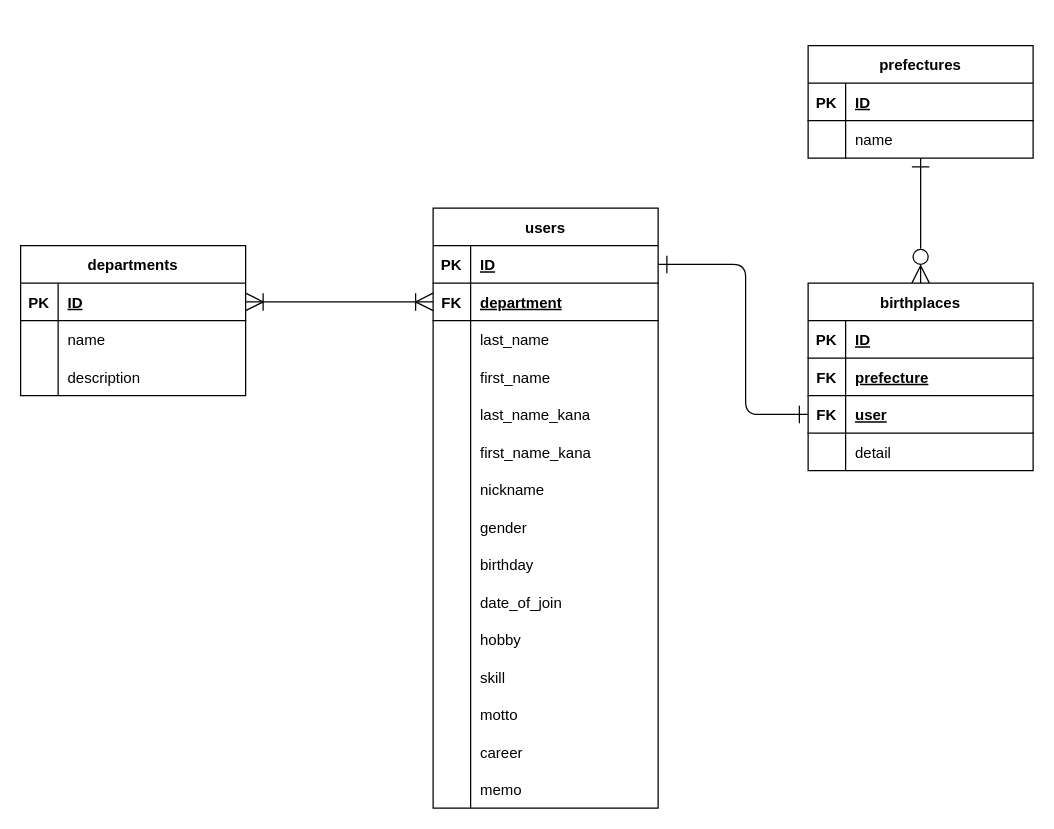
Above: table_details.drawio in pro-soichiro/anstagram (draw.io), before the change. Source tidied: cells renumbered, new cells numbered last; positions are measured from the earlier drawing's top-left corner, leaving out a move shared by most shapes. Both pictures are drawn from the tidied source at 125%, with x=0, y=0 at pixel (20, 45).
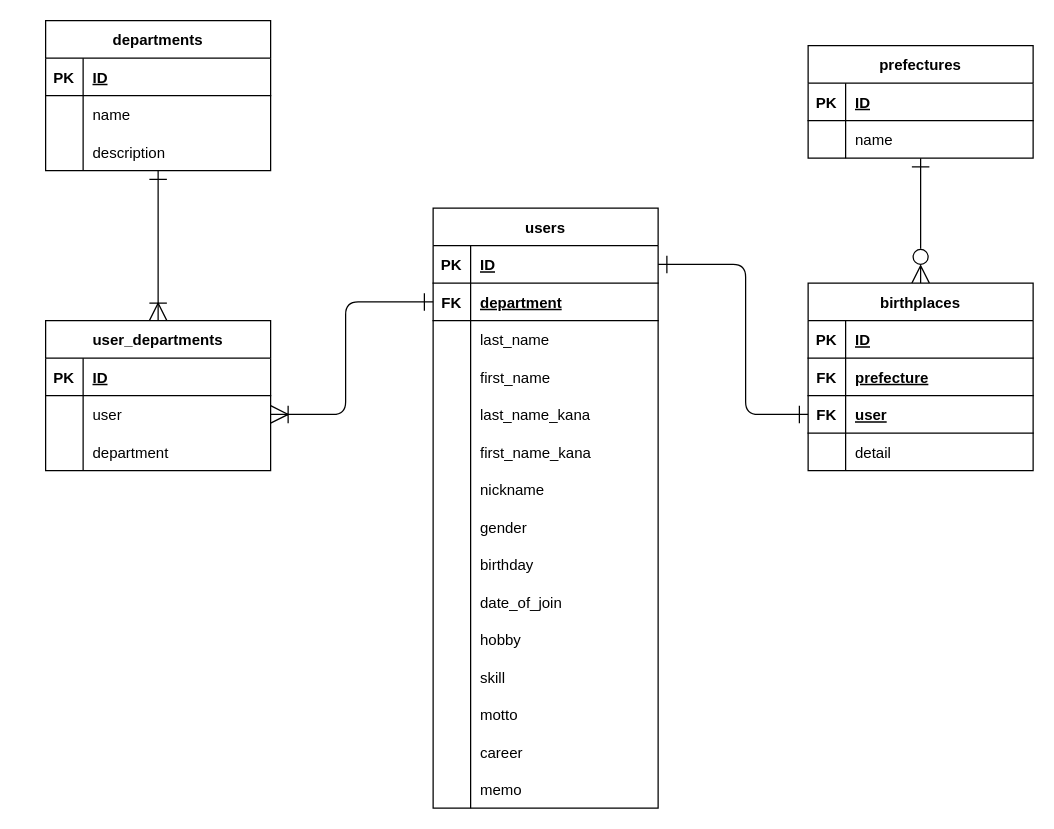
After the change.

The change refers to these unchanged cells:
```xml
<mxCell id="6" style="shape=partialRectangle;fillColor=none;top=0;left=0;bottom=1;right=0;points=[[0,0.5],[1,0.5]];portConstraint=eastwest;" parent="2" vertex="1">
  <mxGeometry y="60" width="180" height="30" as="geometry" />
</mxCell>
<mxCell id="57" style="shape=partialRectangle;fillColor=none;top=0;left=0;bottom=1;right=0;points=[[0,0.5],[1,0.5]];portConstraint=eastwest;" parent="56" vertex="1">
  <mxGeometry y="30" width="180" height="30" as="geometry" />
</mxCell>
```

What changed in the source:
```diff
@@
+    <mxCell id="82" style="edgeStyle=none;html=1;exitX=0.5;exitY=1;exitDx=0;exitDy=0;entryX=0.5;entryY=0;entryDx=0;entryDy=0;endArrow=ERoneToMany;endFill=0;startArrow=ERone;startFill=0;endSize=12;startSize=12;" parent="1" edge="1" source="56" target="83">
+      <mxGeometry relative="1" as="geometry" />
+    </mxCell>
     <mxCell id="56" value="departments" style="shape=table;startSize=30;childLayout=tableLayout;rowLines=0;fontStyle=1;align=center;" parent="1" vertex="1">
-      <mxGeometry y="160" width="180" height="120" as="geometry" />
+      <mxGeometry x="20" y="-20" width="180" height="120" as="geometry" />
     </mxCell>
@@
-    <mxCell id="79" style="edgeStyle=none;html=1;exitX=1;exitY=0.5;exitDx=0;exitDy=0;entryX=0;entryY=0.5;entryDx=0;entryDy=0;endArrow=ERoneToMany;endFill=0;startArrow=ERoneToMany;startFill=0;endSize=12;startSize=12;" parent="1" edge="1" source="57" target="6">
-      <mxGeometry relative="1" as="geometry" />
+    <mxCell id="79" style="edgeStyle=none;html=1;exitX=1;exitY=0.5;exitDx=0;exitDy=0;entryX=0;entryY=0.5;entryDx=0;entryDy=0;endArrow=ERone;endFill=0;startArrow=ERoneToMany;startFill=0;endSize=12;startSize=12;" parent="1" edge="1" source="87" target="6">
+      <mxGeometry relative="1" as="geometry">
+        <Array as="points">
+          <mxPoint x="260" y="295" />
+          <mxPoint x="260" y="205" />
+        </Array>
+      </mxGeometry>
     </mxCell>
@@
+    <mxCell id="83" value="user_departments" style="shape=table;startSize=30;childLayout=tableLayout;rowLines=0;fontStyle=1;align=center;" parent="1" vertex="1">
+      <mxGeometry x="20" y="220" width="180" height="120" as="geometry" />
+    </mxCell>
+    <mxCell id="84" style="shape=partialRectangle;fillColor=none;top=0;left=0;bottom=1;right=0;" parent="83" vertex="1">
+      <mxGeometry y="30" width="180" height="30" as="geometry" />
+    </mxCell>
+    <mxCell id="85" value="PK" style="shape=partialRectangle;fillColor=none;top=0;left=0;bottom=0;right=0;fontStyle=1;overflow=hidden;" parent="84" vertex="1">
+      <mxGeometry width="30" height="30" as="geometry" />
+    </mxCell>
+    <mxCell id="86" value="ID" style="shape=partialRectangle;fillColor=none;top=0;left=0;bottom=0;right=0;align=left;spacingLeft=6;fontStyle=5;overflow=hidden;" parent="84" vertex="1">
+      <mxGeometry x="30" width="150" height="30" as="geometry" />
+    </mxCell>
+    <mxCell id="87" style="shape=partialRectangle;fillColor=none;top=0;left=0;bottom=0;right=0;points=[[0,0.5],[1,0.5]];portConstraint=eastwest;" parent="83" vertex="1">
+      <mxGeometry y="60" width="180" height="30" as="geometry" />
+    </mxCell>
+    <mxCell id="88" style="shape=partialRectangle;fillColor=none;top=0;left=0;bottom=0;right=0;overflow=hidden;" parent="87" vertex="1">
+      <mxGeometry width="30" height="30" as="geometry" />
+    </mxCell>
+    <mxCell id="89" value="user" style="shape=partialRectangle;fillColor=none;top=0;left=0;bottom=0;right=0;align=left;spacingLeft=6;overflow=hidden;" parent="87" vertex="1">
+      <mxGeometry x="30" width="150" height="30" as="geometry" />
+    </mxCell>
+    <mxCell id="90" style="shape=partialRectangle;fillColor=none;top=0;left=0;bottom=0;right=0;" parent="83" vertex="1">
+      <mxGeometry y="90" width="180" height="30" as="geometry" />
+    </mxCell>
+    <mxCell id="91" style="shape=partialRectangle;fillColor=none;top=0;left=0;bottom=0;right=0;overflow=hidden;" parent="90" vertex="1">
+      <mxGeometry width="30" height="30" as="geometry" />
+    </mxCell>
+    <mxCell id="92" value="department" style="shape=partialRectangle;fillColor=none;top=0;left=0;bottom=0;right=0;align=left;spacingLeft=6;overflow=hidden;" parent="90" vertex="1">
+      <mxGeometry x="30" width="150" height="30" as="geometry" />
+    </mxCell>
```
